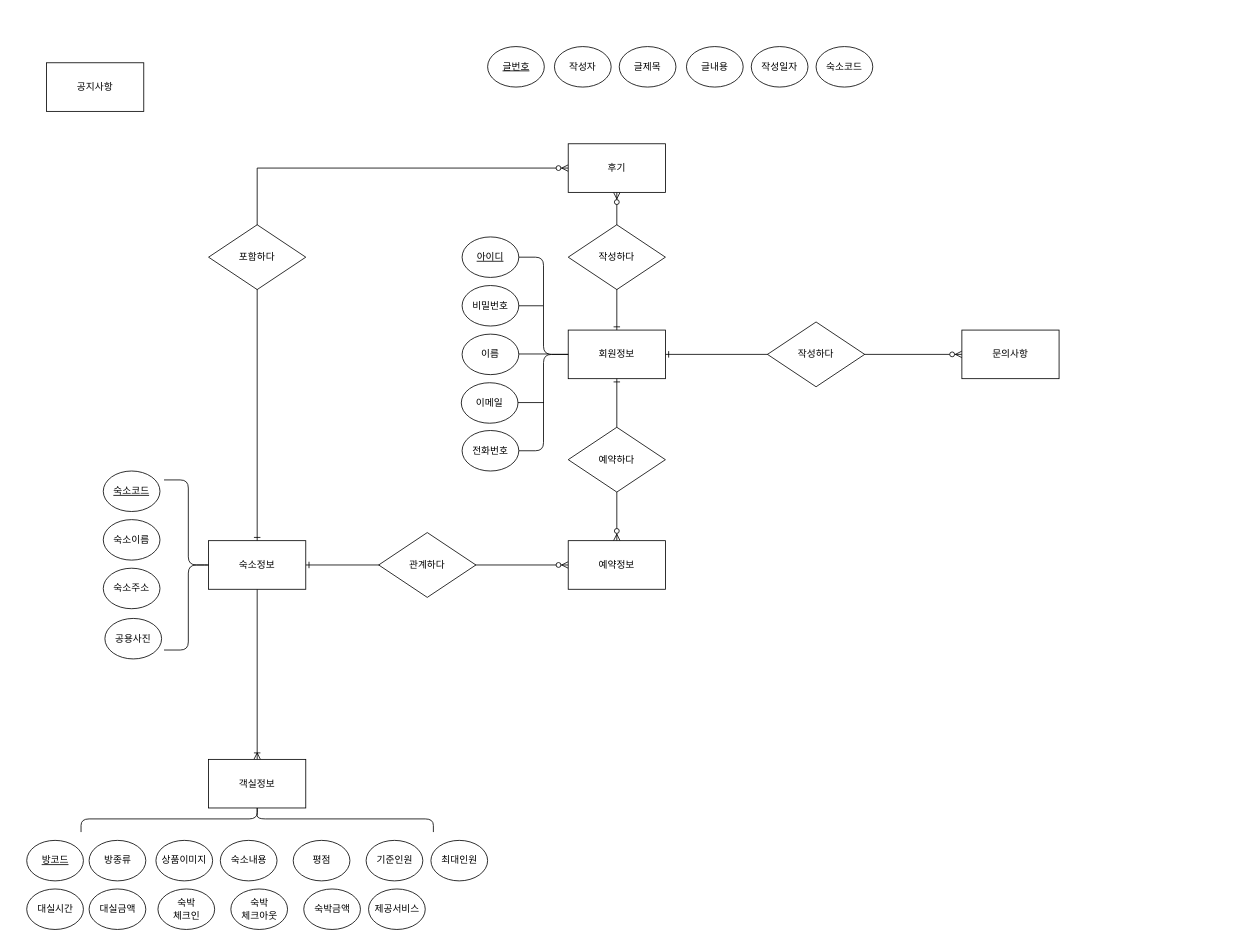
Before: Untitled Diagram.drawio in ksoyoun02/Biz_2021_01_403_java, a draw.io diagram. Source tidied: cells renumbered, new cells numbered last; positions are measured from the earlier drawing's top-left corner, leaving out a move shared by most shapes. Both pictures are drawn from the tidied source at 81%, with x=0, y=0 at pixel (27, 46).
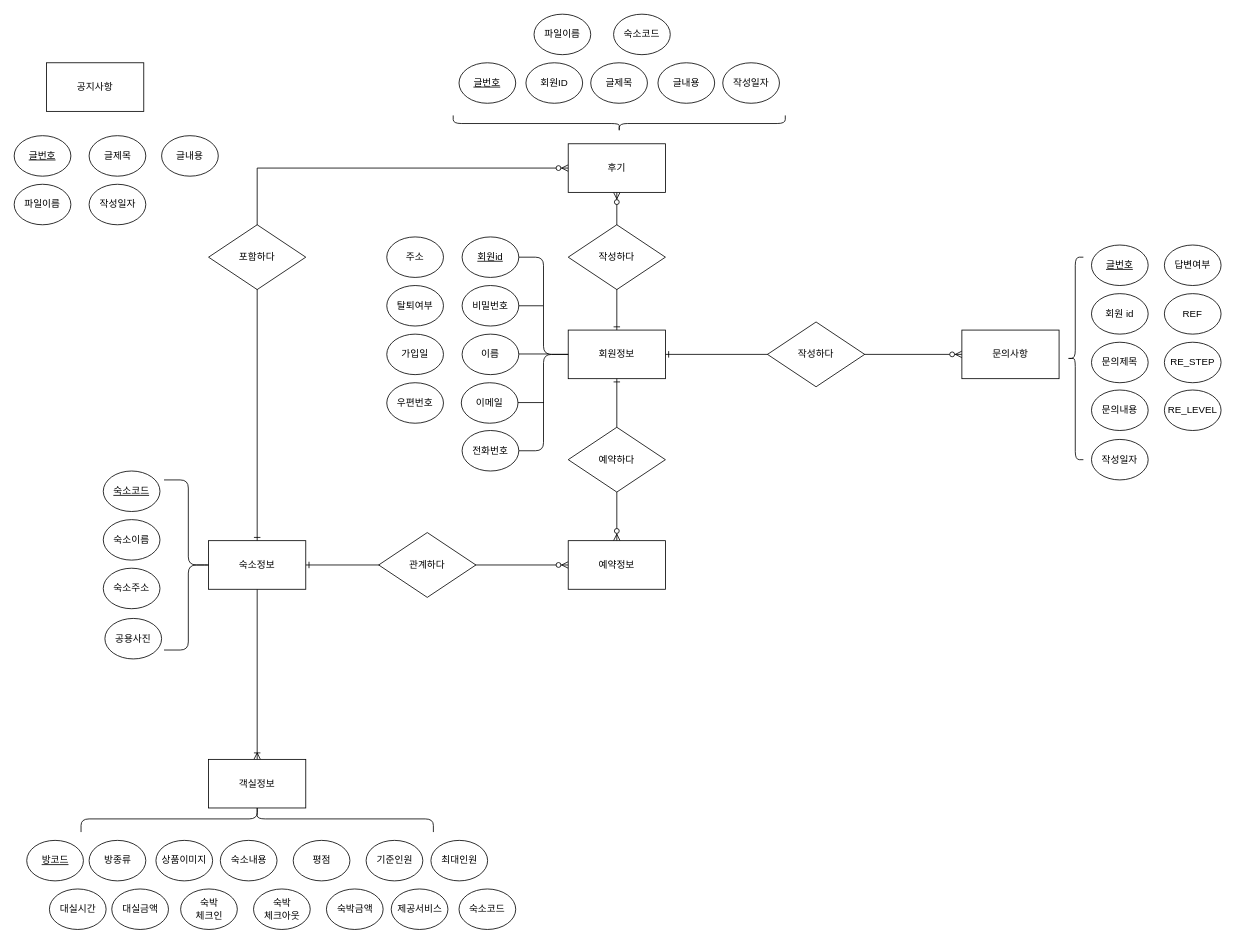
After the change.

Change to the diagram source:
```diff
@@
-    <mxCell id="27" value="아이디" style="ellipse;whiteSpace=wrap;html=1;verticalAlign=middle;fontStyle=4;" parent="1" vertex="1">
+    <mxCell id="27" value="회원id" style="ellipse;whiteSpace=wrap;html=1;verticalAlign=middle;fontStyle=4;" parent="1" vertex="1">
       <mxGeometry x="537" y="235" width="70" height="50" as="geometry" />
     </mxCell>
@@
     <mxCell id="30" value="숙박&lt;br&gt;체크아웃" style="ellipse;whiteSpace=wrap;html=1;" parent="1" vertex="1">
-      <mxGeometry x="251.5" y="1040" width="70" height="50" as="geometry" />
+      <mxGeometry x="279.5" y="1040" width="70" height="50" as="geometry" />
     </mxCell>
     <mxCell id="31" value="숙박&lt;br&gt;체크인" style="ellipse;whiteSpace=wrap;html=1;" parent="1" vertex="1">
-      <mxGeometry x="161.5" y="1040" width="70" height="50" as="geometry" />
+      <mxGeometry x="189.5" y="1040" width="70" height="50" as="geometry" />
     </mxCell>
     <mxCell id="32" value="대실금액" style="ellipse;whiteSpace=wrap;html=1;" parent="1" vertex="1">
-      <mxGeometry x="76.5" y="1040" width="70" height="50" as="geometry" />
+      <mxGeometry x="104.5" y="1040" width="70" height="50" as="geometry" />
     </mxCell>
     <mxCell id="33" value="대실시간" style="ellipse;whiteSpace=wrap;html=1;" parent="1" vertex="1">
-      <mxGeometry x="-0.5" y="1040" width="70" height="50" as="geometry" />
+      <mxGeometry x="27.5" y="1040" width="70" height="50" as="geometry" />
     </mxCell>
     <mxCell id="34" value="제공서비스" style="ellipse;whiteSpace=wrap;html=1;" parent="1" vertex="1">
-      <mxGeometry x="421.5" y="1040" width="70" height="50" as="geometry" />
+      <mxGeometry x="449.5" y="1040" width="70" height="50" as="geometry" />
     </mxCell>
@@
     <mxCell id="39" value="숙박금액" style="ellipse;whiteSpace=wrap;html=1;" parent="1" vertex="1">
-      <mxGeometry x="341.5" y="1040" width="70" height="50" as="geometry" />
+      <mxGeometry x="369.5" y="1040" width="70" height="50" as="geometry" />
     </mxCell>
@@
     <mxCell id="51" value="글번호" style="ellipse;whiteSpace=wrap;html=1;verticalAlign=middle;fontStyle=4;" parent="1" vertex="1">
-      <mxGeometry x="568.5" width="70" height="50" as="geometry" />
+      <mxGeometry x="533.2" y="20" width="70" height="50" as="geometry" />
     </mxCell>
-    <mxCell id="52" value="작성자" style="ellipse;whiteSpace=wrap;html=1;" parent="1" vertex="1">
-      <mxGeometry x="651" width="70" height="50" as="geometry" />
+    <mxCell id="52" value="회원ID" style="ellipse;whiteSpace=wrap;html=1;" parent="1" vertex="1">
+      <mxGeometry x="615.8" y="20" width="70" height="50" as="geometry" />
     </mxCell>
     <mxCell id="53" value="작성일자" style="ellipse;whiteSpace=wrap;html=1;" parent="1" vertex="1">
-      <mxGeometry x="894" width="70" height="50" as="geometry" />
+      <mxGeometry x="858.8" y="20" width="70" height="50" as="geometry" />
     </mxCell>
     <mxCell id="54" value="숙소코드" style="ellipse;whiteSpace=wrap;html=1;" parent="1" vertex="1">
-      <mxGeometry x="974" width="70" height="50" as="geometry" />
+      <mxGeometry x="724" y="-40" width="70" height="50" as="geometry" />
     </mxCell>
     <mxCell id="55" value="글제목" style="ellipse;whiteSpace=wrap;html=1;" parent="1" vertex="1">
-      <mxGeometry x="731" width="70" height="50" as="geometry" />
+      <mxGeometry x="695.8" y="20" width="70" height="50" as="geometry" />
     </mxCell>
     <mxCell id="56" value="글내용" style="ellipse;whiteSpace=wrap;html=1;" parent="1" vertex="1">
-      <mxGeometry x="814" width="70" height="50" as="geometry" />
+      <mxGeometry x="778.8" y="20" width="70" height="50" as="geometry" />
     </mxCell>
+    <mxCell id="57" value="주소" style="ellipse;whiteSpace=wrap;html=1;" parent="1" vertex="1">
+      <mxGeometry x="444" y="235" width="70" height="50" as="geometry" />
+    </mxCell>
+    <mxCell id="58" value="탈퇴여부" style="ellipse;whiteSpace=wrap;html=1;" parent="1" vertex="1">
+      <mxGeometry x="444" y="295" width="70" height="50" as="geometry" />
+    </mxCell>
+    <mxCell id="59" value="가입일" style="ellipse;whiteSpace=wrap;html=1;" parent="1" vertex="1">
+      <mxGeometry x="444" y="355" width="70" height="50" as="geometry" />
+    </mxCell>
+    <mxCell id="60" value="우편번호" style="ellipse;whiteSpace=wrap;html=1;" parent="1" vertex="1">
+      <mxGeometry x="444" y="415" width="70" height="50" as="geometry" />
+    </mxCell>
+    <mxCell id="61" value="파일이름" style="ellipse;whiteSpace=wrap;html=1;" parent="1" vertex="1">
+      <mxGeometry x="625.8" y="-40" width="70" height="50" as="geometry" />
+    </mxCell>
+    <mxCell id="62" style="shape=curlyBracket;whiteSpace=wrap;html=1;rounded=1;flipH=1;rotation=90;" parent="1" vertex="1">
+      <mxGeometry x="721" y="-110" width="20" height="410" as="geometry" />
+    </mxCell>
+    <mxCell id="63" value="회원 id" style="ellipse;whiteSpace=wrap;html=1;" parent="1" vertex="1">
+      <mxGeometry x="1314" y="305" width="70" height="50" as="geometry" />
+    </mxCell>
+    <mxCell id="64" value="&lt;u&gt;글번호&lt;/u&gt;" style="ellipse;whiteSpace=wrap;html=1;" parent="1" vertex="1">
+      <mxGeometry x="1314" y="245" width="70" height="50" as="geometry" />
+    </mxCell>
+    <mxCell id="65" value="문의제목" style="ellipse;whiteSpace=wrap;html=1;" parent="1" vertex="1">
+      <mxGeometry x="1314" y="365" width="70" height="50" as="geometry" />
+    </mxCell>
+    <mxCell id="66" value="답변여부" style="ellipse;whiteSpace=wrap;html=1;" parent="1" vertex="1">
+      <mxGeometry x="1404" y="245" width="70" height="50" as="geometry" />
+    </mxCell>
+    <mxCell id="67" value="작성일자" style="ellipse;whiteSpace=wrap;html=1;" parent="1" vertex="1">
+      <mxGeometry x="1314" y="485" width="70" height="50" as="geometry" />
+    </mxCell>
+    <mxCell id="68" value="문의내용" style="ellipse;whiteSpace=wrap;html=1;" parent="1" vertex="1">
+      <mxGeometry x="1314" y="424" width="70" height="50" as="geometry" />
+    </mxCell>
+    <mxCell id="69" value="REF" style="ellipse;whiteSpace=wrap;html=1;" parent="1" vertex="1">
+      <mxGeometry x="1404" y="305" width="70" height="50" as="geometry" />
+    </mxCell>
+    <mxCell id="70" value="RE_STEP" style="ellipse;whiteSpace=wrap;html=1;" parent="1" vertex="1">
+      <mxGeometry x="1404" y="365" width="70" height="50" as="geometry" />
+    </mxCell>
+    <mxCell id="71" value="RE_LEVEL" style="ellipse;whiteSpace=wrap;html=1;" parent="1" vertex="1">
+      <mxGeometry x="1404" y="424" width="70" height="50" as="geometry" />
+    </mxCell>
+    <mxCell id="72" style="shape=curlyBracket;whiteSpace=wrap;html=1;rounded=1;" parent="1" vertex="1">
+      <mxGeometry x="1284" y="260" width="20" height="250" as="geometry" />
+    </mxCell>
+    <mxCell id="73" value="숙소코드" style="ellipse;whiteSpace=wrap;html=1;fontStyle=0;" parent="1" vertex="1">
+      <mxGeometry x="533.2" y="1040" width="70" height="50" as="geometry" />
+    </mxCell>
+    <mxCell id="74" value="글번호" style="ellipse;whiteSpace=wrap;html=1;verticalAlign=middle;fontStyle=4;" parent="1" vertex="1">
+      <mxGeometry x="-16" y="110" width="70" height="50" as="geometry" />
+    </mxCell>
+    <mxCell id="75" value="작성일자" style="ellipse;whiteSpace=wrap;html=1;" parent="1" vertex="1">
+      <mxGeometry x="76.5" y="170" width="70" height="50" as="geometry" />
+    </mxCell>
+    <mxCell id="76" value="글제목" style="ellipse;whiteSpace=wrap;html=1;" parent="1" vertex="1">
+      <mxGeometry x="76.5" y="110" width="70" height="50" as="geometry" />
+    </mxCell>
+    <mxCell id="77" value="글내용" style="ellipse;whiteSpace=wrap;html=1;" parent="1" vertex="1">
+      <mxGeometry x="166" y="110" width="70" height="50" as="geometry" />
+    </mxCell>
+    <mxCell id="78" value="파일이름" style="ellipse;whiteSpace=wrap;html=1;" parent="1" vertex="1">
+      <mxGeometry x="-16" y="170" width="70" height="50" as="geometry" />
+    </mxCell>
```
